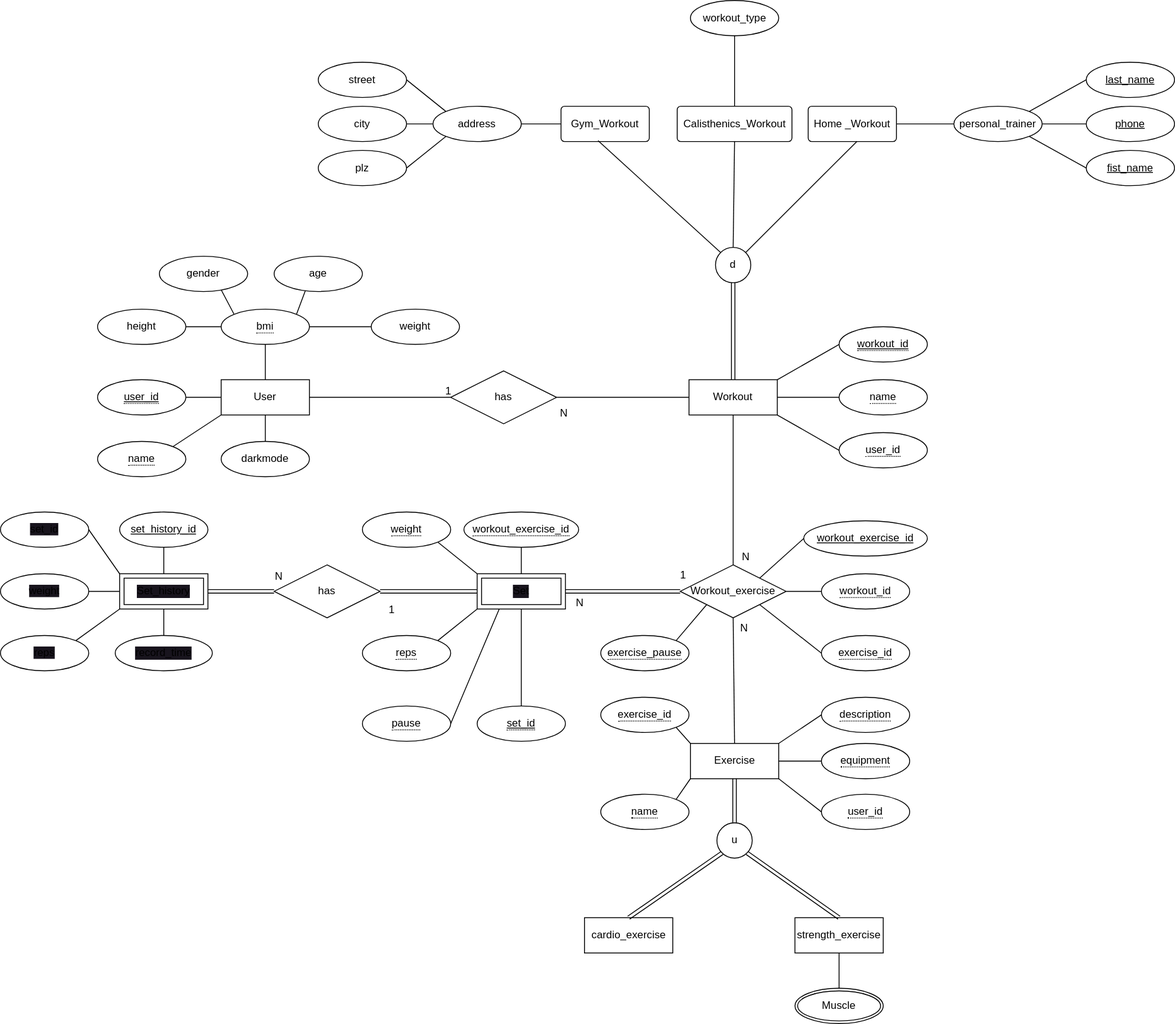
The draw.io diagram EER-Diagramm.drawio.svg in Johannes0220/DatabaseProject, before a commit. Source tidied: cells renumbered, new cells last; positions are measured from the earlier drawing's top-left corner, leaving out a move shared by most shapes.
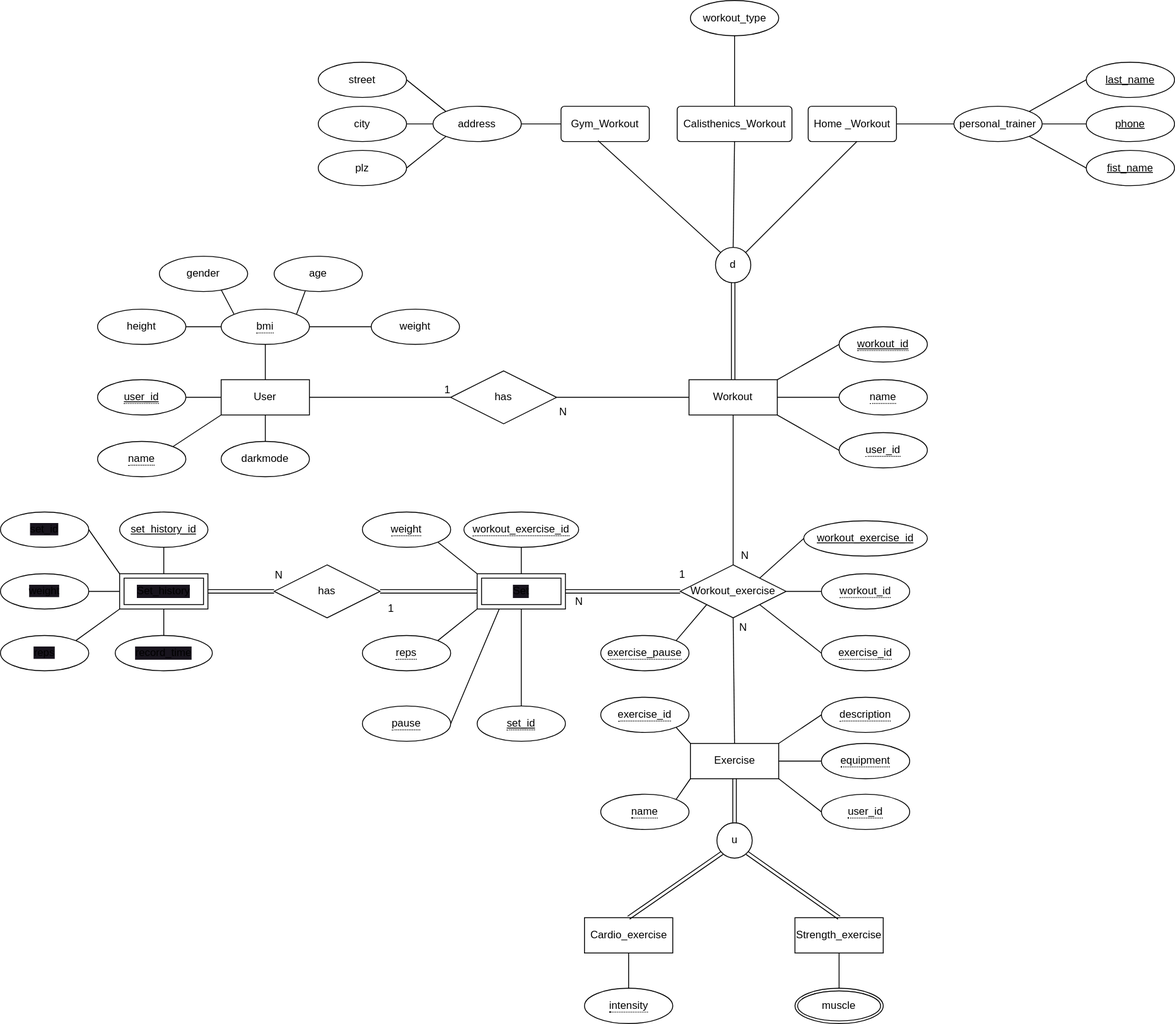
After the commit.

Commit message:
Fixed Union, disjunction and weak entities

The edit, as a diff of the source:
```diff
@@ -125,10 +125,10 @@
     <mxCell id="40" style="shape=link;html=1;entryX=0.5;entryY=1;entryDx=0;entryDy=0;exitX=0.5;exitY=0;exitDx=0;exitDy=0;" parent="1" edge="1" source="39" target="8">
       <mxGeometry relative="1" as="geometry" />
     </mxCell>
-    <mxCell id="41" value="cardio_exercise" style="whiteSpace=wrap;html=1;align=center;" parent="1" vertex="1">
+    <mxCell id="41" value="Cardio_exercise" style="whiteSpace=wrap;html=1;align=center;" parent="1" vertex="1">
       <mxGeometry x="661.6" y="1040" width="100" height="40" as="geometry" />
     </mxCell>
-    <mxCell id="42" value="strength_exercise" style="whiteSpace=wrap;html=1;align=center;" parent="1" vertex="1">
+    <mxCell id="42" value="Strength_exercise" style="whiteSpace=wrap;html=1;align=center;" parent="1" vertex="1">
       <mxGeometry x="900" y="1040" width="100" height="40" as="geometry" />
     </mxCell>
     <mxCell id="43" style="edgeStyle=none;html=1;exitX=1;exitY=0.5;exitDx=0;exitDy=0;entryX=0;entryY=0.5;entryDx=0;entryDy=0;endArrow=none;endFill=0;" parent="1" edge="1" source="44" target="17">
@@ -308,7 +308,7 @@
         <mxPoint x="376" y="-1" as="offset" />
       </mxGeometry>
     </mxCell>
-    <mxCell id="98" value="Muscle" style="ellipse;shape=doubleEllipse;margin=3;whiteSpace=wrap;html=1;align=center;" parent="1" vertex="1">
+    <mxCell id="98" value="muscle" style="ellipse;shape=doubleEllipse;margin=3;whiteSpace=wrap;html=1;align=center;" parent="1" vertex="1">
       <mxGeometry x="900" y="1120" width="100" height="40" as="geometry" />
     </mxCell>
     <mxCell id="99" style="edgeStyle=none;html=1;exitX=0.5;exitY=0;exitDx=0;exitDy=0;entryX=0.5;entryY=1;entryDx=0;entryDy=0;endArrow=none;endFill=0;" parent="1" edge="1" source="98" target="42">
@@ -374,5 +374,11 @@
     <mxCell id="119" style="shape=link;html=1;entryX=0.5;entryY=0;entryDx=0;entryDy=0;exitX=1;exitY=1;exitDx=0;exitDy=0;" parent="1" edge="1" source="39" target="42">
       <mxGeometry relative="1" as="geometry" />
     </mxCell>
+    <mxCell id="120" value="&lt;span style=&quot;border-bottom: 1px dotted&quot;&gt;intensity&lt;/span&gt;" style="ellipse;whiteSpace=wrap;html=1;align=center;" parent="1" vertex="1">
+      <mxGeometry x="661.6" y="1120" width="100" height="40" as="geometry" />
+    </mxCell>
+    <mxCell id="121" style="edgeStyle=none;html=1;exitX=0.5;exitY=0;exitDx=0;exitDy=0;entryX=0.5;entryY=1;entryDx=0;entryDy=0;endArrow=none;endFill=0;" parent="1" edge="1" source="120" target="41">
+      <mxGeometry relative="1" as="geometry" />
+    </mxCell>
   </root>
 </mxGraphModel>
```
